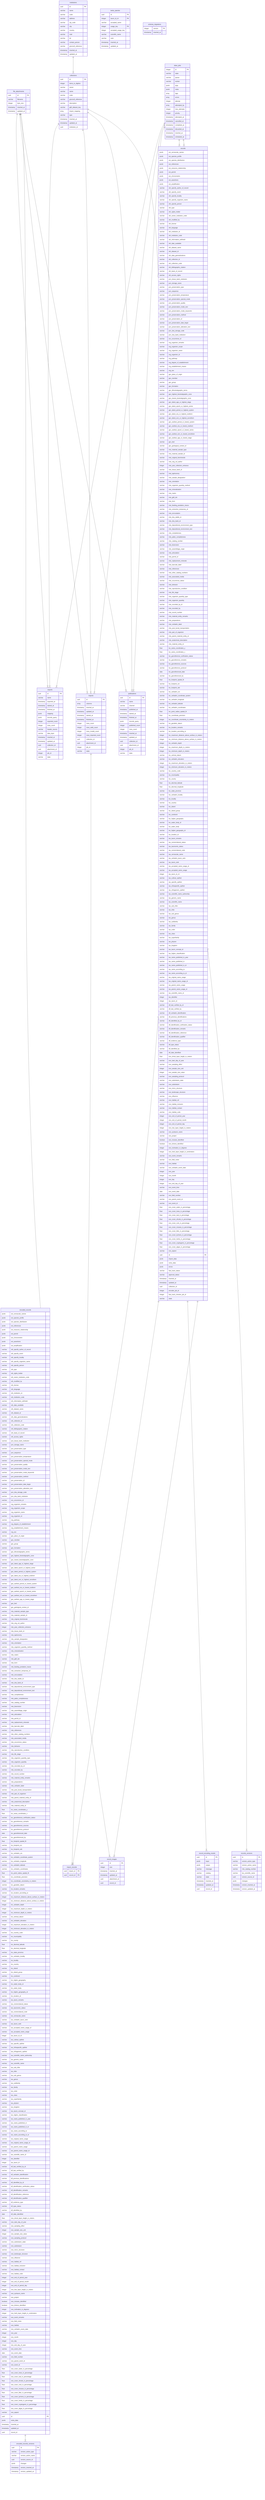
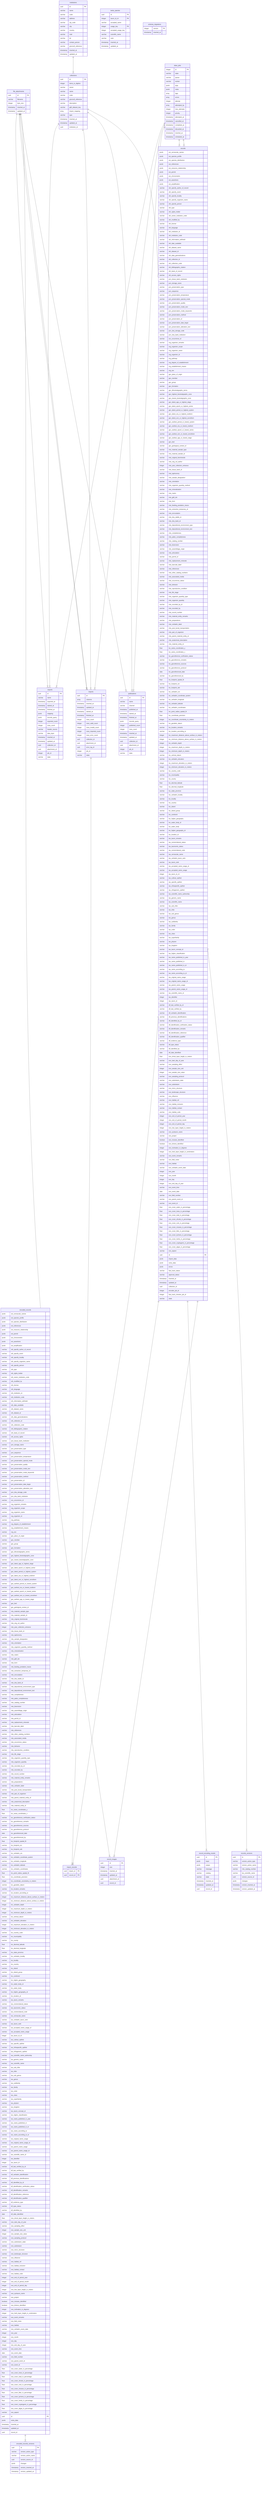
erDiagram
  file_attachments {
    uuid id PK
    varchar filename
    integer byte_size
    timestamp inserted_at
    timestamp updated_at
  }
  institutions {
    uuid id PK
    varchar name
    varchar code
    varchar address
    varchar zip_code
    varchar city
    varchar country
    varchar mail
    varchar tel
    varchar contact_person
    varchar grscicoll_reference
    timestamp inserted_at
    timestamp updated_at
  }
  collections {
    uuid id PK
    integer items_to_digitize
    varchar owner
    varchar name
    varchar code
    varchar grscicoll_reference
    varchar description
    varchar gbif_dataset_key
    array import_mapping
    varchar type
    timestamp inserted_at
    timestamp updated_at
    uuid institution_id
  }
  encoded_records {
    jsonb ext_vernacular_names
    jsonb ext_species_profile
    jsonb ext_species_distribution
    jsonb ext_references
    jsonb ext_resource_relationship
    jsonb ext_permit
    jsonb ext_chronometric
    jsonb ext_assertions
    jsonb ext_amplification
    varchar oth_specify_author_of_record
    varchar oth_specify_event
    varchar oth_specify_locality
    varchar oth_specify_organism_name
    varchar oth_specify_person
    varchar oth_type
    varchar oth_rights_holder
    varchar oth_owner_institution_code
    varchar oth_modified_by
    varchar oth_license
    varchar oth_language
    varchar oth_institution_id
    varchar oth_institution_code
    varchar oth_information_withheld
    varchar oth_date_available
    varchar oth_dataset_name
    varchar oth_dataset_id
    varchar oth_data_generalizations
    varchar oth_collection_id
    varchar oth_collection_code
    varchar oth_bibliographic_citation
    varchar oth_basis_of_record
    varchar oth_access_rights
    varchar pvn_tissue_bank_institution
    varchar pvn_storage_name
    varchar pvn_preservation_type
    varchar pvn_sequence
    varchar pvn_preservation_temperature
    varchar pvn_preservation_special_mode
    varchar pvn_preservation_quality
    varchar pvn_preservation_mode_text
    varchar pvn_preservation_mode_keywords
    varchar pvn_preservation_method
    varchar pvn_preservation_id
    varchar pvn_preservation_date_begin
    varchar pvn_preservation_alteration_text
    varchar pvn_dna_storage_code
    varchar pvn_dna_bank_institution
    varchar occ_occurrence_id
    varchar org_organism_remarks
    varchar org_organism_scope
    varchar org_organism_name
    varchar org_organism_id
    varchar org_pathway
    varchar org_degree_of_establishment
    varchar org_establishment_means
    varchar org_sex
    varchar gec_place_of_origin
    varchar gec_member
    varchar gec_group
    varchar gec_formation
    varchar gec_lithostratigraphic_terms
    varchar gec_highest_biostratigraphic_zone
    varchar gec_lowest_biostratigraphic_zone
    varchar gec_latest_age_or_highest_stage
    varchar gec_latest_epoch_or_highest_series
    varchar gec_latest_period_or_highest_system
    varchar gec_latest_era_or_highest_erathem
    varchar gec_latest_eon_or_highest_eonothem
    varchar gec_earliest_period_or_lowest_system
    varchar gec_earliest_era_or_lowest_erathem
    varchar gec_earliest_epoch_or_lowest_series
    varchar gec_earliest_eon_or_lowest_eonothem
    varchar gec_earliest_age_or_lowest_stage
    varchar gec_bed
    varchar gec_geological_context_id
    varchar mts_material_sample_type
    varchar mts_material_sample_id
    varchar mte_original_biominerals
    varchar mte_orig_col_author
    integer mte_year_collection_entrance
    varchar mte_tissue_bank_id
    varchar mte_taphonomy
    varchar mte_sample_designation
    varchar mte_orientation
    varchar mte_organism_quantity_method
    varchar mte_mineralization
    varchar mte_matrix
    varchar mte_gbif_doi
    varchar mte_form
    varchar mte_feeding_predation_traces
    varchar mte_extraction_temporary_id
    varchar mte_encrustation
    varchar mte_dna_stable_id
    varchar mte_dna_bank_id
    varchar mte_depositional_environment_type
    varchar mte_depositional_environment_text
    varchar mte_completeness
    varchar mte_paleo_completeness
    varchar mte_catalog_number
    varchar mte_bioerosion
    varchar mte_assemblage_origin
    varchar mte_articulation
    varchar mte_permit_id
    varchar mte_replacement_minerals
    varchar mte_barcode_label
    varchar mte_references
    varchar mte_other_catalog_numbers
    varchar mte_associated_media
    varchar mte_occurrence_status
    varchar mte_behavior
    varchar mte_reproductive_condition
    varchar mte_life_stage
    varchar mte_organism_quantity_type
    varchar mte_organism_quantity
    varchar mte_recorded_by_id
    varchar mte_recorded_by
    varchar mte_record_number
    varchar mte_material_entity_remarks
    varchar mte_preparations
    varchar mte_verbatim_label
    varchar mte_post_burial_transportation
    varchar mte_part_of_organism
    varchar mte_parent_material_entity_id
    varchar mte_anatomical_description
    varchar mte_material_entity_id
    float loc_swiss_coordinates_y
    float loc_swiss_coordinates_x
    varchar loc_georeference_verification_status
    varchar loc_georeference_remarks
    varchar loc_georeference_sources
    varchar loc_georeference_protocol
    date loc_georeferenced_date
    varchar loc_georeferenced_by
    float loc_footprint_spatial_fit
    varchar loc_footprint_srs
    varchar loc_footprint_wkt
    varchar loc_verbatim_srs
    varchar loc_verbatim_coordinate_system
    varchar loc_verbatim_longitude
    varchar loc_verbatim_latitude
    varchar loc_verbatim_coordinates
    float loc_point_radius_spatial_fit
    float loc_coordinate_precision
    integer loc_coordinate_uncertainty_in_meters
    varchar loc_geodetic_datum
    varchar loc_location_remarks
    varchar loc_location_according_to
    integer loc_maximum_distance_above_surface_in_meters
    integer loc_minimum_distance_above_surface_in_meters
    integer loc_verbatim_depth
    integer loc_maximum_depth_in_meters
    integer loc_minimum_depth_in_meters
    varchar loc_vertical_datum
    varchar loc_verbatim_elevation
    integer loc_maximum_elevation_in_meters
    integer loc_minimum_elevation_in_meters
    varchar loc_country_code
    varchar loc_municipality
    varchar loc_county
    float loc_decimal_latitude
    float loc_decimal_longitude
    varchar loc_state_province
    varchar loc_verbatim_locality
    varchar loc_locality
    varchar loc_country
    varchar loc_island
    varchar loc_island_group
    varchar loc_continent
    varchar loc_higher_geography
    varchar loc_water_body_id
    varchar loc_water_body
    varchar loc_higher_geography_id
    varchar loc_location_id
    varchar tax_taxon_remarks
    varchar tax_nomenclatural_status
    varchar tax_taxonomic_status
    varchar tax_nomenclatural_code
    varchar tax_vernacular_name
    varchar tax_verbatim_taxon_rank
    varchar tax_taxon_rank
    varchar tax_accepted_name_usage_id
    varchar tax_accepted_name_usage
    integer tax_taxon_id_ch
    varchar tax_cultivar_epithet
    varchar tax_specific_epithet
    varchar tax_infraspecific_epithet
    varchar tax_infrageneric_epithet
    varchar tax_scientific_name_authorship
    varchar tax_generic_name
    varchar tax_scientific_name
    varchar tax_sub_tribe
    varchar tax_tribe
    varchar tax_sub_genus
    varchar tax_genus
    varchar tax_subfamily
    varchar tax_family
    varchar tax_order
    varchar tax_class
    varchar tax_superfamily
    varchar tax_phylum
    varchar tax_kingdom
    varchar tax_taxon_concept_id
    varchar tax_higher_classification
    varchar tax_name_published_in_year
    varchar tax_name_published_in
    varchar tax_name_published_in_id
    varchar tax_name_according_to
    varchar tax_name_according_to_id
    varchar tax_original_name_usage
    varchar tax_original_name_usage_id
    varchar tax_parent_name_usage
    varchar tax_parent_name_usage_id
    varchar tax_scientific_name_id
    integer tax_identifier
    integer tax_taxon_id
    varchar idf_last_verified_by_id
    varchar idf_last_verified_by
    varchar idf_verbatim_identification
    varchar idf_previous_identifications
    varchar idf_identified_by_id
    varchar idf_identification_verification_status
    varchar idf_identification_remarks
    varchar idf_identification_reference
    varchar idf_identification_qualifier
    varchar idf_evidence_type
    varchar idf_type_status
    varchar idf_identified_by
    date idf_date_identified
    float eve_shrub_layer_height_in_meters
    varchar eve_start_day_of_year
    varchar eve_sampling_effort
    integer eve_sample_size_unit
    integer eve_sample_size_value
    varchar eve_sampling_protocol
    varchar eve_substratum_state
    varchar eve_substratum
    varchar eve_micro_structure
    varchar eve_landscape_structure
    varchar eve_influence
    varchar eve_habitat_ref
    varchar eve_habitat_inclusion
    varchar eve_habitat_contact
    varchar eve_habitat_code
    integer eve_end_of_period_year
    integer eve_end_of_period_month
    integer eve_end_of_period_day
    integer eve_tree_layer_height_in_meters
    varchar eve_syntaxon_name
    varchar eve_project
    boolean eve_mosses_identified
    boolean eve_lichens_identified
    integer eve_inclination_in_degrees
    integer eve_herb_layer_height_in_centimeters
    varchar eve_event_remarks
    varchar eve_field_notes
    varchar eve_habitat
    varchar eve_verbatim_event_date
    integer eve_year
    integer eve_month
    integer eve_day
    integer eve_end_day_of_year
    varchar eve_event_time
    date eve_event_date
    varchar eve_field_number
    varchar eve_parent_event_id
    varchar eve_event_id
    float eve_cover_water_in_percentage
    float eve_cover_trees_in_percentage
-     float eve_cover_toal_in_percentage
+     float eve_cover_total_in_percentage
    float eve_cover_shrubs_in_percentage
    float eve_cover_rock_in_percentage
    float eve_cover_mosses_in_percentage
    float eve_cover_litter_in_percentage
    float eve_cover_lychens_in_percentage
    float eve_cover_herbs_in_percentage
    float eve_cover_cryptogams_in_percentage
    float eve_cover_algae_in_percentage
    varchar eve_aspect
    uuid id PK
    jsonb extra_data
    timestamp inserted_at
    timestamp updated_at
    uuid record_id
  }
  encoded_records_versions {
    uuid id PK
    varchar version_action_type
    varchar version_action_name
    uuid version_source_id
    jsonb changes
    timestamp version_inserted_at
    timestamp version_updated_at
  }
  record_encoding_results {
    uuid id PK
    jsonb input
    jsonb output
    varchar message
    varchar catalog
    varchar state
    timestamp inserted_at
    timestamp updated_at
    uuid record_id
  }
  exports {
    uuid id PK
    varchar name
    timestamp exported_at
    timestamp started_at
    timestamp finished_at
    jsonb mapping
    jsonb records_query
    integer exported_count
    integer rows_count
    varchar header_source
    varchar data_layer
    timestamp inserted_at
    timestamp updated_at
    uuid collection_id
    uuid attachment_id
    integer job_id
    varchar state
  }
  imports {
    uuid id PK
    array columns
    timestamp inserted_at
    timestamp updated_at
    timestamp started_at
    timestamp finished_at
    integer rows_count
    integer rows_valid_count
    integer rows_invalid_count
    integer rows_imported_count
+     integer rows_error_count
    uuid collection_id
    uuid attachment_id
+     uuid error_log_id
    integer job_id
    varchar state
  }
  import_records {
    uuid import_id PK
    uuid record_id PK
  }
  publications {
    uuid id PK
    varchar name
    varchar channel
    timestamp published_at
    timestamp started_at
    timestamp finished_at
    jsonb records_query
    integer published_count
    integer rows_count
    timestamp inserted_at
    timestamp updated_at
    uuid collection_id
    uuid attachment_id
    integer job_id
    varchar state
  }
  records {
    jsonb ext_vernacular_names
    jsonb ext_species_profile
    jsonb ext_species_distribution
    jsonb ext_references
    jsonb ext_resource_relationship
    jsonb ext_permit
    jsonb ext_chronometric
    jsonb ext_assertions
    jsonb ext_amplification
    varchar oth_specify_author_of_record
    varchar oth_specify_event
    varchar oth_specify_locality
    varchar oth_specify_organism_name
    varchar oth_specify_person
    varchar oth_type
    varchar oth_rights_holder
    varchar oth_owner_institution_code
    varchar oth_modified_by
    varchar oth_license
    varchar oth_language
    varchar oth_institution_id
    varchar oth_institution_code
    varchar oth_information_withheld
    varchar oth_date_available
    varchar oth_dataset_name
    varchar oth_dataset_id
    varchar oth_data_generalizations
    varchar oth_collection_id
    varchar oth_collection_code
    varchar oth_bibliographic_citation
    varchar oth_basis_of_record
    varchar oth_access_rights
    varchar pvn_tissue_bank_institution
    varchar pvn_storage_name
    varchar pvn_preservation_type
    varchar pvn_sequence
    varchar pvn_preservation_temperature
    varchar pvn_preservation_special_mode
    varchar pvn_preservation_quality
    varchar pvn_preservation_mode_text
    varchar pvn_preservation_mode_keywords
    varchar pvn_preservation_method
    varchar pvn_preservation_id
    varchar pvn_preservation_date_begin
    varchar pvn_preservation_alteration_text
    varchar pvn_dna_storage_code
    varchar pvn_dna_bank_institution
    varchar occ_occurrence_id
    varchar org_organism_remarks
    varchar org_organism_scope
    varchar org_organism_name
    varchar org_organism_id
    varchar org_pathway
    varchar org_degree_of_establishment
    varchar org_establishment_means
    varchar org_sex
    varchar gec_place_of_origin
    varchar gec_member
    varchar gec_group
    varchar gec_formation
    varchar gec_lithostratigraphic_terms
    varchar gec_highest_biostratigraphic_zone
    varchar gec_lowest_biostratigraphic_zone
    varchar gec_latest_age_or_highest_stage
    varchar gec_latest_epoch_or_highest_series
    varchar gec_latest_period_or_highest_system
    varchar gec_latest_era_or_highest_erathem
    varchar gec_latest_eon_or_highest_eonothem
    varchar gec_earliest_period_or_lowest_system
    varchar gec_earliest_era_or_lowest_erathem
    varchar gec_earliest_epoch_or_lowest_series
    varchar gec_earliest_eon_or_lowest_eonothem
    varchar gec_earliest_age_or_lowest_stage
    varchar gec_bed
    varchar gec_geological_context_id
    varchar mts_material_sample_type
    varchar mts_material_sample_id
    varchar mte_original_biominerals
    varchar mte_orig_col_author
    integer mte_year_collection_entrance
    varchar mte_tissue_bank_id
    varchar mte_taphonomy
    varchar mte_sample_designation
    varchar mte_orientation
    varchar mte_organism_quantity_method
    varchar mte_mineralization
    varchar mte_matrix
    varchar mte_gbif_doi
    varchar mte_form
    varchar mte_feeding_predation_traces
    varchar mte_extraction_temporary_id
    varchar mte_encrustation
    varchar mte_dna_stable_id
    varchar mte_dna_bank_id
    varchar mte_depositional_environment_type
    varchar mte_depositional_environment_text
    varchar mte_completeness
    varchar mte_paleo_completeness
    varchar mte_catalog_number
    varchar mte_bioerosion
    varchar mte_assemblage_origin
    varchar mte_articulation
    varchar mte_permit_id
    varchar mte_replacement_minerals
    varchar mte_barcode_label
    varchar mte_references
    varchar mte_other_catalog_numbers
    varchar mte_associated_media
    varchar mte_occurrence_status
    varchar mte_behavior
    varchar mte_reproductive_condition
    varchar mte_life_stage
    varchar mte_organism_quantity_type
    varchar mte_organism_quantity
    varchar mte_recorded_by_id
    varchar mte_recorded_by
    varchar mte_record_number
    varchar mte_material_entity_remarks
    varchar mte_preparations
    varchar mte_verbatim_label
    varchar mte_post_burial_transportation
    varchar mte_part_of_organism
    varchar mte_parent_material_entity_id
    varchar mte_anatomical_description
    varchar mte_material_entity_id
    float loc_swiss_coordinates_y
    float loc_swiss_coordinates_x
    varchar loc_georeference_verification_status
    varchar loc_georeference_remarks
    varchar loc_georeference_sources
    varchar loc_georeference_protocol
    date loc_georeferenced_date
    varchar loc_georeferenced_by
    float loc_footprint_spatial_fit
    varchar loc_footprint_srs
    varchar loc_footprint_wkt
    varchar loc_verbatim_srs
    varchar loc_verbatim_coordinate_system
    varchar loc_verbatim_longitude
    varchar loc_verbatim_latitude
    varchar loc_verbatim_coordinates
    float loc_point_radius_spatial_fit
    float loc_coordinate_precision
    integer loc_coordinate_uncertainty_in_meters
    varchar loc_geodetic_datum
    varchar loc_location_remarks
    varchar loc_location_according_to
    integer loc_maximum_distance_above_surface_in_meters
    integer loc_minimum_distance_above_surface_in_meters
    integer loc_verbatim_depth
    integer loc_maximum_depth_in_meters
    integer loc_minimum_depth_in_meters
    varchar loc_vertical_datum
    varchar loc_verbatim_elevation
    integer loc_maximum_elevation_in_meters
    integer loc_minimum_elevation_in_meters
    varchar loc_country_code
    varchar loc_municipality
    varchar loc_county
    float loc_decimal_latitude
    float loc_decimal_longitude
    varchar loc_state_province
    varchar loc_verbatim_locality
    varchar loc_locality
    varchar loc_country
    varchar loc_island
    varchar loc_island_group
    varchar loc_continent
    varchar loc_higher_geography
    varchar loc_water_body_id
    varchar loc_water_body
    varchar loc_higher_geography_id
    varchar loc_location_id
    varchar tax_taxon_remarks
    varchar tax_nomenclatural_status
    varchar tax_taxonomic_status
    varchar tax_nomenclatural_code
    varchar tax_vernacular_name
    varchar tax_verbatim_taxon_rank
    varchar tax_taxon_rank
    varchar tax_accepted_name_usage_id
    varchar tax_accepted_name_usage
    integer tax_taxon_id_ch
    varchar tax_cultivar_epithet
    varchar tax_specific_epithet
    varchar tax_infraspecific_epithet
    varchar tax_infrageneric_epithet
    varchar tax_scientific_name_authorship
    varchar tax_generic_name
    varchar tax_scientific_name
    varchar tax_sub_tribe
    varchar tax_tribe
    varchar tax_sub_genus
    varchar tax_genus
    varchar tax_subfamily
    varchar tax_family
    varchar tax_order
    varchar tax_class
    varchar tax_superfamily
    varchar tax_phylum
    varchar tax_kingdom
    varchar tax_taxon_concept_id
    varchar tax_higher_classification
    varchar tax_name_published_in_year
    varchar tax_name_published_in
    varchar tax_name_published_in_id
    varchar tax_name_according_to
    varchar tax_name_according_to_id
    varchar tax_original_name_usage
    varchar tax_original_name_usage_id
    varchar tax_parent_name_usage
    varchar tax_parent_name_usage_id
    varchar tax_scientific_name_id
    integer tax_identifier
    integer tax_taxon_id
    varchar idf_last_verified_by_id
    varchar idf_last_verified_by
    varchar idf_verbatim_identification
    varchar idf_previous_identifications
    varchar idf_identified_by_id
    varchar idf_identification_verification_status
    varchar idf_identification_remarks
    varchar idf_identification_reference
    varchar idf_identification_qualifier
    varchar idf_evidence_type
    varchar idf_type_status
    varchar idf_identified_by
    date idf_date_identified
    float eve_shrub_layer_height_in_meters
    varchar eve_start_day_of_year
    varchar eve_sampling_effort
    integer eve_sample_size_unit
    integer eve_sample_size_value
    varchar eve_sampling_protocol
    varchar eve_substratum_state
    varchar eve_substratum
    varchar eve_micro_structure
    varchar eve_landscape_structure
    varchar eve_influence
    varchar eve_habitat_ref
    varchar eve_habitat_inclusion
    varchar eve_habitat_contact
    varchar eve_habitat_code
    integer eve_end_of_period_year
    integer eve_end_of_period_month
    integer eve_end_of_period_day
    integer eve_tree_layer_height_in_meters
    varchar eve_syntaxon_name
    varchar eve_project
    boolean eve_mosses_identified
    boolean eve_lichens_identified
    integer eve_inclination_in_degrees
    integer eve_herb_layer_height_in_centimeters
    varchar eve_event_remarks
    varchar eve_field_notes
    varchar eve_habitat
    varchar eve_verbatim_event_date
    integer eve_year
    integer eve_month
    integer eve_day
    integer eve_end_day_of_year
    varchar eve_event_time
    date eve_event_date
    varchar eve_field_number
    varchar eve_parent_event_id
    varchar eve_event_id
    float eve_cover_water_in_percentage
    float eve_cover_trees_in_percentage
-     float eve_cover_toal_in_percentage
+     float eve_cover_total_in_percentage
    float eve_cover_shrubs_in_percentage
    float eve_cover_rock_in_percentage
    float eve_cover_mosses_in_percentage
    float eve_cover_litter_in_percentage
    float eve_cover_lychens_in_percentage
    float eve_cover_herbs_in_percentage
    float eve_cover_cryptogams_in_percentage
    float eve_cover_algae_in_percentage
    varchar eve_aspect
    uuid id PK
    jsonb import_data
    jsonb extra_data
    jsonb errors
    varchar fast_track_status
    varchar approval_status
    timestamp inserted_at
    timestamp updated_at
    uuid collection_id
    integer encoder_job_id
    integer fast_track_checker_job_id
    varchar state
  }
  record_images {
    uuid id PK
    integer size
    timestamp inserted_at
    timestamp updated_at
    uuid attachment_id
    uuid record_id
  }
  records_versions {
    uuid id PK
    varchar version_action_type
    varchar version_action_name
    varchar mte_catalog_number
    varchar tax_scientific_name
    uuid version_source_id
    jsonb changes
    timestamp version_inserted_at
    timestamp version_updated_at
  }
  swiss_species {
    uuid id PK
    integer taxon_id_ch PK
    varchar accepted_name
    integer usage_key PK
    integer accepted_usage_key
    varchar scientific_name
    varchar rank
    timestamp inserted_at
    timestamp updated_at
  }
  schema_migrations {
    integer version PK
    timestamp inserted_at
  }
  oban_jobs {
    integer id PK
    varchar state
    varchar queue
    varchar worker
    jsonb args
    jsonb meta
    array tags
    array errors
    integer attempt
    array attempted_by
    integer max_attempts
    integer priority
    timestamp attempted_at
    timestamp cancelled_at
    timestamp completed_at
    timestamp discarded_at
    timestamp inserted_at
    timestamp scheduled_at
  }
  collections ||--|{ exports : ""
  collections ||--|{ imports : ""
  collections ||--|{ publications : ""
  collections ||--|{ records : ""
  encoded_records ||--|{ encoded_records_versions : ""
  file_attachments ||--|{ exports : ""
  file_attachments ||--|{ imports : ""
+   file_attachments ||--|{ imports : ""
  file_attachments ||--|{ publications : ""
  file_attachments ||--|{ record_images : ""
  imports ||--|{ import_records : ""
  institutions ||--|{ collections : ""
  oban_jobs ||--|{ exports : ""
  oban_jobs ||--|{ imports : ""
  oban_jobs ||--|{ publications : ""
  oban_jobs ||--|{ records : ""
  oban_jobs ||--|{ records : ""
  records ||--o| encoded_records : ""
  records ||--|{ import_records : ""
  records ||--|{ record_encoding_results : ""
  records ||--|{ record_images : ""
  records ||--|{ records_versions : ""
